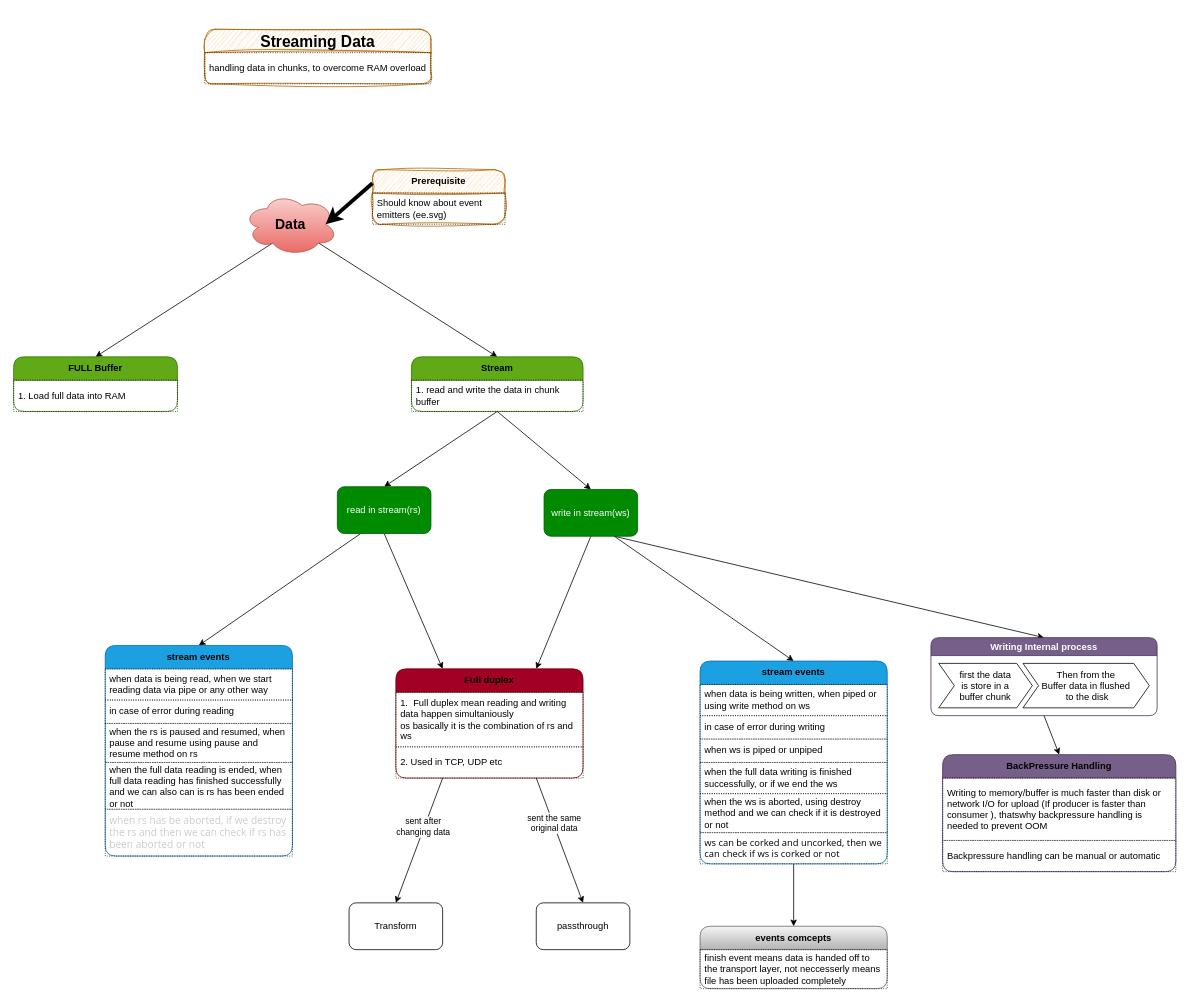
knkrn5/Programming-Concepts keeps this draw.io diagram as Other-Concepts/streaming/stream.dio. Above is the earlier version. Source tidied: cells renumbered, new cells numbered last; positions are measured from the earlier drawing's top-left corner, leaving out a move shared by most shapes. Both pictures are drawn from the tidied source at 78%, with x=0, y=0 at pixel (13, 29).
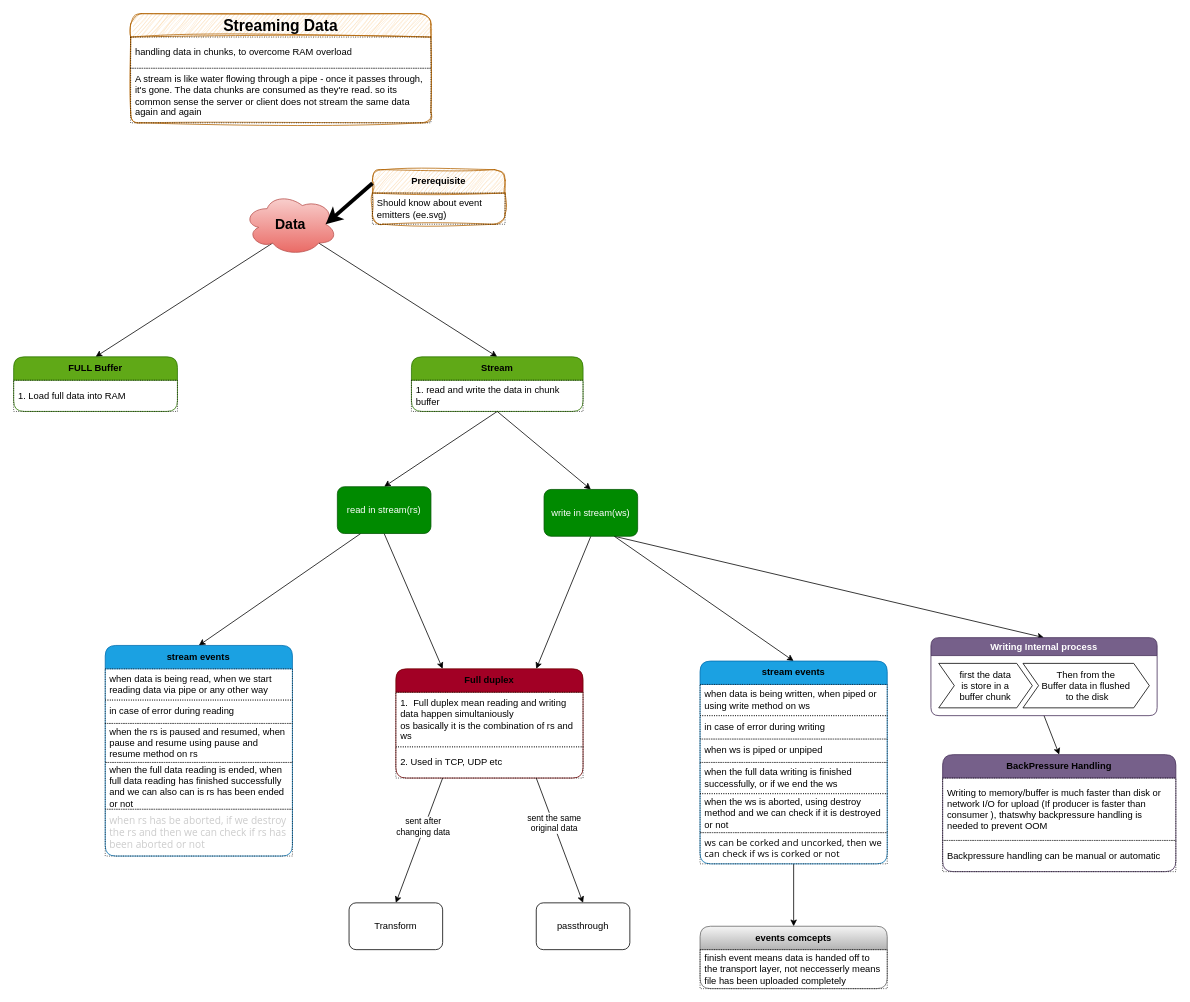
The same diagram, later.

Change to the diagram source:
```diff
@@
     <mxCell id="18" value="&lt;b&gt;&lt;font style=&quot;font-size: 20px; color: light-dark(rgb(0, 0, 0), rgb(255, 255, 255));&quot;&gt;Streaming Data&lt;/font&gt;&lt;/b&gt;" style="swimlane;fontStyle=0;horizontal=1;startSize=30;whiteSpace=wrap;html=1;rounded=1;sketch=1;curveFitting=1;jiggle=2;fillColor=#fad7ac;strokeColor=#b46504;" parent="1" vertex="1">
-      <mxGeometry x="245" width="290" height="70" as="geometry" />
+      <mxGeometry x="150" y="-20" width="385" height="140" as="geometry" />
     </mxCell>
     <mxCell id="19" value="handling data in chunks, to overcome RAM overload" style="text;strokeColor=default;fillColor=none;align=left;verticalAlign=middle;spacingLeft=4;spacingRight=4;overflow=hidden;whiteSpace=wrap;html=1;dashed=1;dashPattern=1 2;" parent="18" vertex="1">
-      <mxGeometry y="30" width="290" height="40" as="geometry" />
+      <mxGeometry y="30" width="385" height="40" as="geometry" />
     </mxCell>
+    <mxCell id="55" value="A stream is like water flowing through a pipe - once it passes through, it's gone. The data chunks are consumed as they're read. so its common sense the server or client does not stream the same data again and again" style="text;strokeColor=default;fillColor=none;align=left;verticalAlign=middle;spacingLeft=4;spacingRight=4;overflow=hidden;whiteSpace=wrap;html=1;dashed=1;dashPattern=1 2;" parent="18" vertex="1">
+      <mxGeometry y="70" width="385" height="70" as="geometry" />
+    </mxCell>
```
